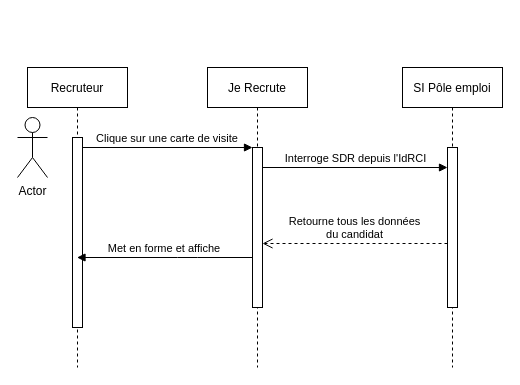
Above: page "Visualise un profil" (2 of 12) of Je_Recrute.drawio in syndrael/je-recrute (draw.io), before the change. Source tidied: cells renumbered, new cells numbered last; positions are measured from the earlier drawing's top-left corner, leaving out a move shared by most shapes. Both pictures are drawn from the tidied source at 100%, with x=0, y=0 at pixel (17, 67).
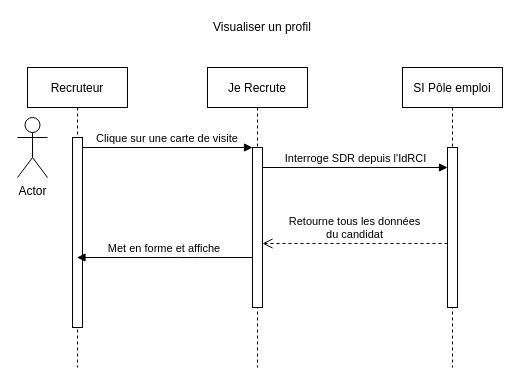
The same page after the edit.

What changed in the source:
```diff
@@
 <mxGraphModel>
   <root>
     <mxCell id="0" />
     <mxCell id="1" parent="0" />
     <mxCell id="2" value="Recruteur" style="shape=umlLifeline;perimeter=lifelinePerimeter;rounded=0;shadow=0;strokeWidth=1;" parent="1" vertex="1">
       <mxGeometry x="10" width="100" height="300" as="geometry" />
     </mxCell>
     <mxCell id="3" style="points=[];perimeter=orthogonalPerimeter;rounded=0;shadow=0;strokeWidth=1;" parent="2" vertex="1">
       <mxGeometry x="45" y="70" width="10" height="190" as="geometry" />
     </mxCell>
     <mxCell id="4" value="Je Recrute" style="shape=umlLifeline;perimeter=lifelinePerimeter;rounded=0;shadow=0;strokeWidth=1;" parent="1" vertex="1">
       <mxGeometry x="190" width="100" height="300" as="geometry" />
     </mxCell>
     <mxCell id="5" style="points=[];perimeter=orthogonalPerimeter;rounded=0;shadow=0;strokeWidth=1;" parent="4" vertex="1">
       <mxGeometry x="45" y="80" width="10" height="160" as="geometry" />
     </mxCell>
     <mxCell id="6" value="Clique sur une carte de visite" style="verticalAlign=bottom;endArrow=block;entryX=0;entryY=0;shadow=0;strokeWidth=1;" parent="1" edge="1" source="3" target="5">
       <mxGeometry relative="1" as="geometry" />
     </mxCell>
     <mxCell id="7" value="Met en forme et affiche" style="verticalAlign=bottom;endArrow=block;shadow=0;strokeWidth=1;" parent="1" edge="1" source="5" target="2">
       <mxGeometry relative="1" as="geometry">
         <Array as="points">
           <mxPoint x="170" y="190" />
         </Array>
       </mxGeometry>
     </mxCell>
     <mxCell id="8" value="Actor" style="shape=umlActor;verticalLabelPosition=bottom;verticalAlign=top;html=1;" parent="1" vertex="1">
       <mxGeometry y="50" width="30" height="60" as="geometry" />
     </mxCell>
     <mxCell id="9" style="html=1;points=[];perimeter=orthogonalPerimeter;" parent="1" vertex="1">
       <mxGeometry x="430" y="100" width="10" height="80" as="geometry" />
     </mxCell>
     <mxCell id="10" value="Interroge SDR depuis l'IdRCI" style="html=1;verticalAlign=bottom;endArrow=block;entryX=0;entryY=0;" parent="1" edge="1" target="9">
       <mxGeometry relative="1" as="geometry">
         <mxPoint x="245" y="100" as="sourcePoint" />
       </mxGeometry>
     </mxCell>
     <mxCell id="11" value="Retourne tous les données &lt;br&gt;du candidat" style="html=1;verticalAlign=bottom;endArrow=open;dashed=1;endSize=8;exitX=0;exitY=0.95;" parent="1" edge="1" source="9">
       <mxGeometry relative="1" as="geometry">
         <mxPoint x="245" y="176" as="targetPoint" />
       </mxGeometry>
     </mxCell>
     <mxCell id="12" value="SI Pôle emploi" style="shape=umlLifeline;perimeter=lifelinePerimeter;rounded=0;shadow=0;strokeWidth=1;" parent="1" vertex="1">
       <mxGeometry x="385" width="100" height="300" as="geometry" />
     </mxCell>
     <mxCell id="13" style="perimeter=orthogonalPerimeter;rounded=0;shadow=0;strokeWidth=1;" parent="12" vertex="1">
       <mxGeometry x="45" y="80" width="10" height="160" as="geometry" />
     </mxCell>
+    <mxCell id="14" value="Visualiser un profil" style="text;html=1;strokeColor=none;fillColor=none;align=center;verticalAlign=middle;whiteSpace=wrap;rounded=0;" parent="1" vertex="1">
+      <mxGeometry x="90" y="-50" width="310" height="20" as="geometry" />
+    </mxCell>
   </root>
 </mxGraphModel>
```
